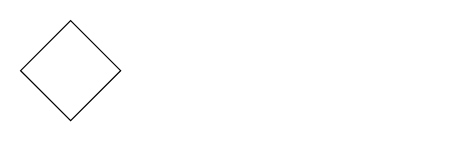
Before: Untitled Diagram.drawio in BisratGirma/stic, a draw.io diagram. Source tidied: cells renumbered, new cells numbered last; positions are measured from the earlier drawing's top-left corner, leaving out a move shared by most shapes. Both pictures are drawn from the tidied source at 125%, with x=0, y=0 at pixel (20, 20).
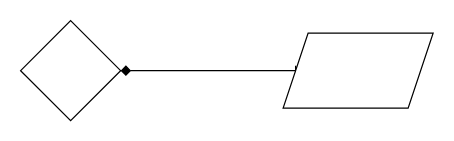
Above is the later version.

What changed in the source:
```diff
@@
 <mxGraphModel>
   <root>
     <mxCell id="0" />
     <mxCell id="1" parent="0" />
+    <mxCell id="3" style="edgeStyle=orthogonalEdgeStyle;rounded=0;jettySize=auto;html=1;exitX=1;exitY=0.5;exitDx=0;exitDy=0;entryX=0;entryY=0.5;entryDx=0;entryDy=0;endArrow=baseDash;endFill=0;startArrow=diamond;startFill=1;" parent="1" edge="1" source="2" target="4">
+      <mxGeometry relative="1" as="geometry" />
+    </mxCell>
     <mxCell id="2" style="rhombus;whiteSpace=wrap;html=1;" parent="1" vertex="1">
       <mxGeometry width="80" height="80" as="geometry" />
     </mxCell>
+    <mxCell id="4" style="shape=parallelogram;perimeter=parallelogramPerimeter;whiteSpace=wrap;html=1;fixedSize=1;" parent="1" vertex="1">
+      <mxGeometry x="210" y="10" width="120" height="60" as="geometry" />
+    </mxCell>
   </root>
 </mxGraphModel>
```
